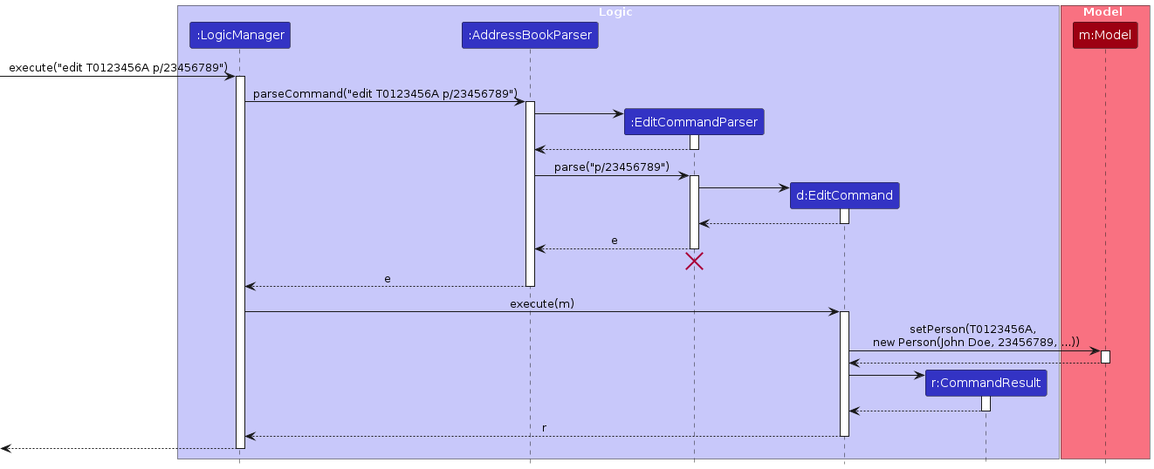
The PlantUML diagram diagrams/EditCommandDiagram.png in AY2324S2-CS2103T-F14-2/tp, before a commit. Its source is kept beside it as diagrams/EditCommandDiagram.puml.
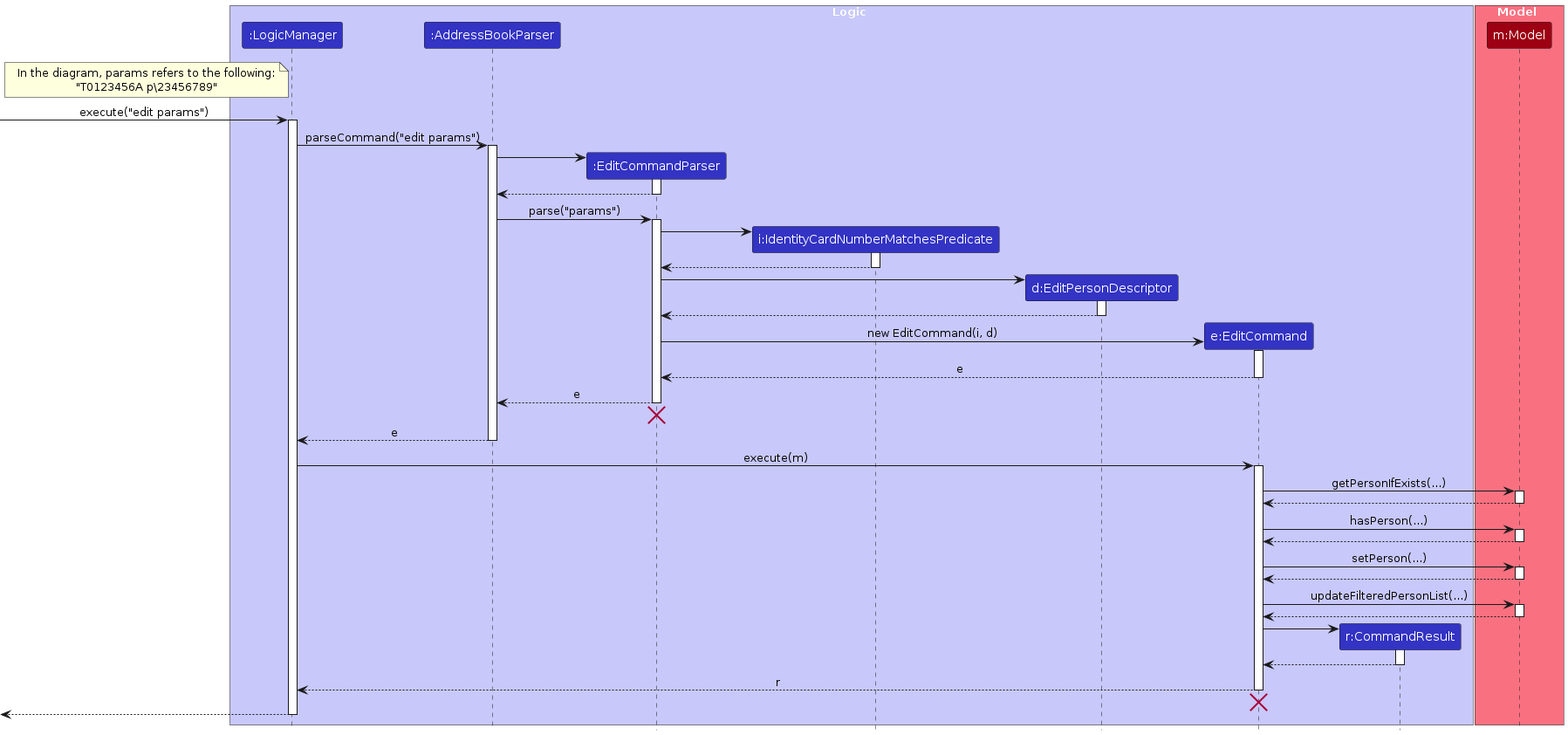
The same file after the commit.

What changed in the source:
```diff
@@ -6,7 +6,9 @@
 participant ":LogicManager" as LogicManager LOGIC_COLOR
 participant ":AddressBookParser" as AddressBookParser LOGIC_COLOR
 participant ":EditCommandParser" as EditCommandParser LOGIC_COLOR
-participant "d:EditCommand" as EditCommand LOGIC_COLOR
+participant "i:IdentityCardNumberMatchesPredicate" as IdentityCardNumberPredicate LOGIC_COLOR
+participant "d:EditPersonDescriptor" as EditPersonDescriptor LOGIC_COLOR
+participant "e:EditCommand" as EditCommand LOGIC_COLOR
 participant "r:CommandResult" as CommandResult LOGIC_COLOR
 end box
 
@@ -14,10 +16,15 @@
 participant "m:Model" as Model MODEL_COLOR
 end box
 
-[-> LogicManager : execute("edit T0123456A p/23456789")
+note left of LogicManager
+  In the diagram, params refers to the following:
+  "T0123456A p\23456789"
+end note
+
+[-> LogicManager : execute("edit params")
 activate LogicManager
 
-LogicManager -> AddressBookParser : parseCommand("edit T0123456A p/23456789")
+LogicManager -> AddressBookParser : parseCommand("edit params")
 activate AddressBookParser
 
 create EditCommandParser
@@ -27,14 +34,28 @@
 EditCommandParser --> AddressBookParser
 deactivate EditCommandParser
 
-AddressBookParser -> EditCommandParser : parse("p/23456789")
+AddressBookParser -> EditCommandParser : parse("params")
 activate EditCommandParser
 
+create IdentityCardNumberPredicate
+EditCommandParser -> IdentityCardNumberPredicate:
+activate IdentityCardNumberPredicate
+
+IdentityCardNumberPredicate --> EditCommandParser
+deactivate IdentityCardNumberPredicate
+
+create EditPersonDescriptor
+EditCommandParser -> EditPersonDescriptor:
+activate EditPersonDescriptor
+
+EditPersonDescriptor --> EditCommandParser
+deactivate EditPersonDescriptor
+
 create EditCommand
-EditCommandParser -> EditCommand
+EditCommandParser -> EditCommand : new EditCommand(i, d)
 activate EditCommand
 
-EditCommand --> EditCommandParser :
+EditCommand --> EditCommandParser : e
 deactivate EditCommand
 
 EditCommandParser --> AddressBookParser : e
@@ -48,7 +69,25 @@
 LogicManager -> EditCommand : execute(m)
 activate EditCommand
 
-EditCommand -> Model : setPerson(T0123456A, \n new Person(John Doe, 23456789, ...))
+EditCommand -> Model : getPersonIfExists(...)
+activate Model
+
+Model --> EditCommand
+deactivate Model
+
+EditCommand -> Model : hasPerson(...)
+activate Model
+
+Model --> EditCommand
+deactivate Model
+
+EditCommand -> Model : setPerson(...)
+activate Model
+
+Model --> EditCommand
+deactivate Model
+
+EditCommand -> Model : updateFilteredPersonList(...)
 activate Model
 
 Model --> EditCommand
@@ -64,6 +103,9 @@
 EditCommand --> LogicManager : r
 deactivate EditCommand
 
+EditCommand -[hidden]-> LogicManager
+destroy EditCommand
+
 [<--LogicManager
 deactivate LogicManager
 @enduml
```
